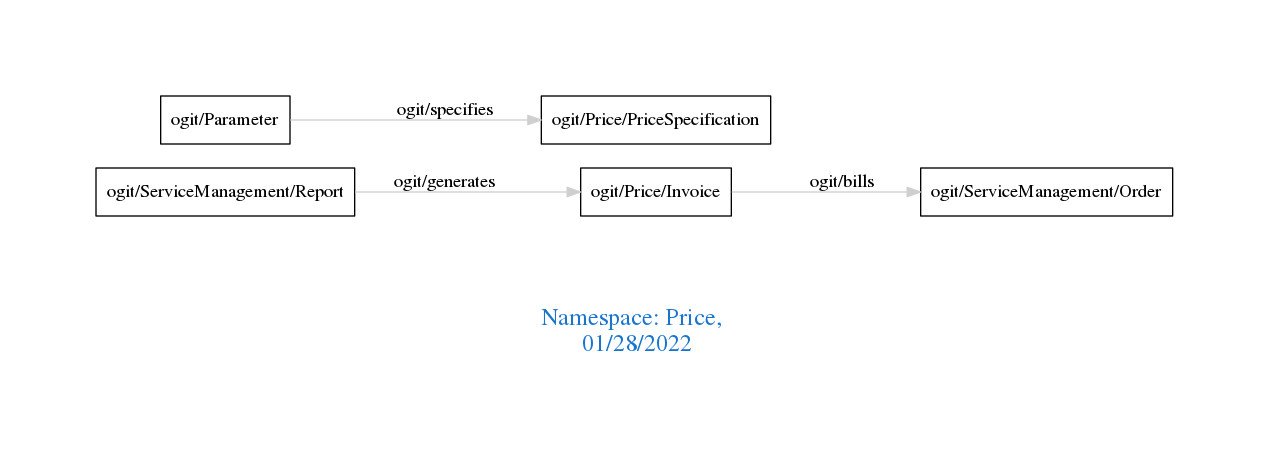
Before: downloads/Price.png, a diagram exported from Graphviz (arago/OGIT). Its source is kept beside it as downloads/Price.dot. Source of this version:
```dot
digraph OGIT_ontology {
 graph [ rankdir= LR,pad=1
fontsize = 18,
fontcolor= dodgerblue3,label = "\n\n\nNamespace: Price, \n 01/28/2022"];
node[shape=polygon];
edge [  color="gray81"];

   "ogit/Price/Invoice" -> "ogit/ServiceManagement/Order" [label="   ogit/bills    "];
   "ogit/ServiceManagement/Report" -> "ogit/Price/Invoice" [label="   ogit/generates    "];
   "ogit/Parameter" -> "ogit/Price/PriceSpecification" [label="   ogit/specifies    "];
}
```
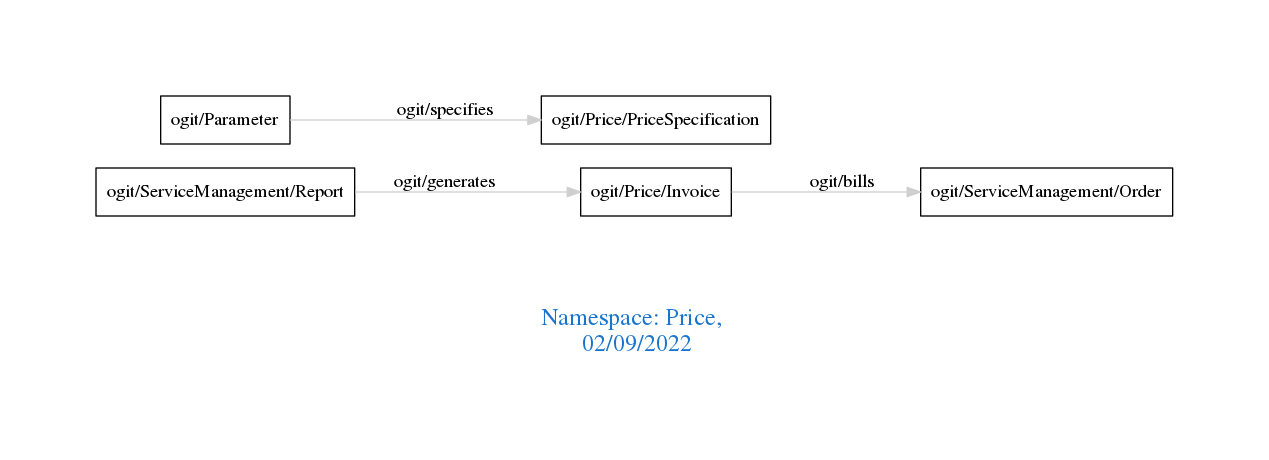
The same diagram one commit later.

The edit, as a diff of the source:
```diff
@@ -1,7 +1,7 @@
 digraph OGIT_ontology {
  graph [ rankdir= LR,pad=1
 fontsize = 18,
-fontcolor= dodgerblue3,label = "\n\n\nNamespace: Price, \n 01/28/2022"];
+fontcolor= dodgerblue3,label = "\n\n\nNamespace: Price, \n 02/09/2022"];
 node[shape=polygon];
 edge [  color="gray81"];
 
```
